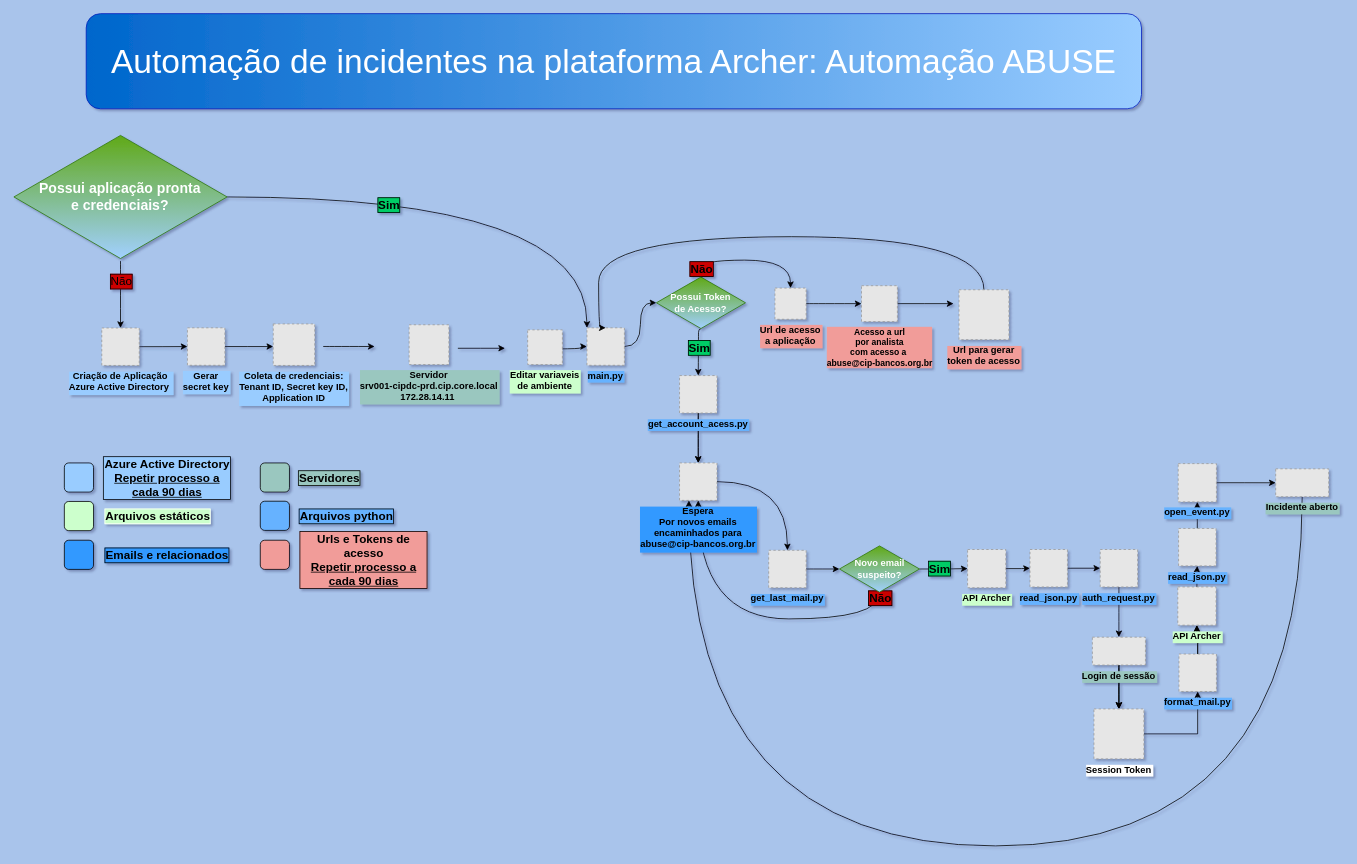
Before: Untitled Diagram.drawio in Antonio-Costa00/Auto-Indicents-Creation-From-Fishing-Atacks, a draw.io diagram. Source tidied: cells renumbered, new cells numbered last; positions are measured from the earlier drawing's top-left corner, leaving out a move shared by most shapes. Both pictures are drawn from the tidied source at 78%, with x=0, y=0 at pixel (13, 13). Pictures stored in the file or linked from it are replaced by grey dashed boxes.
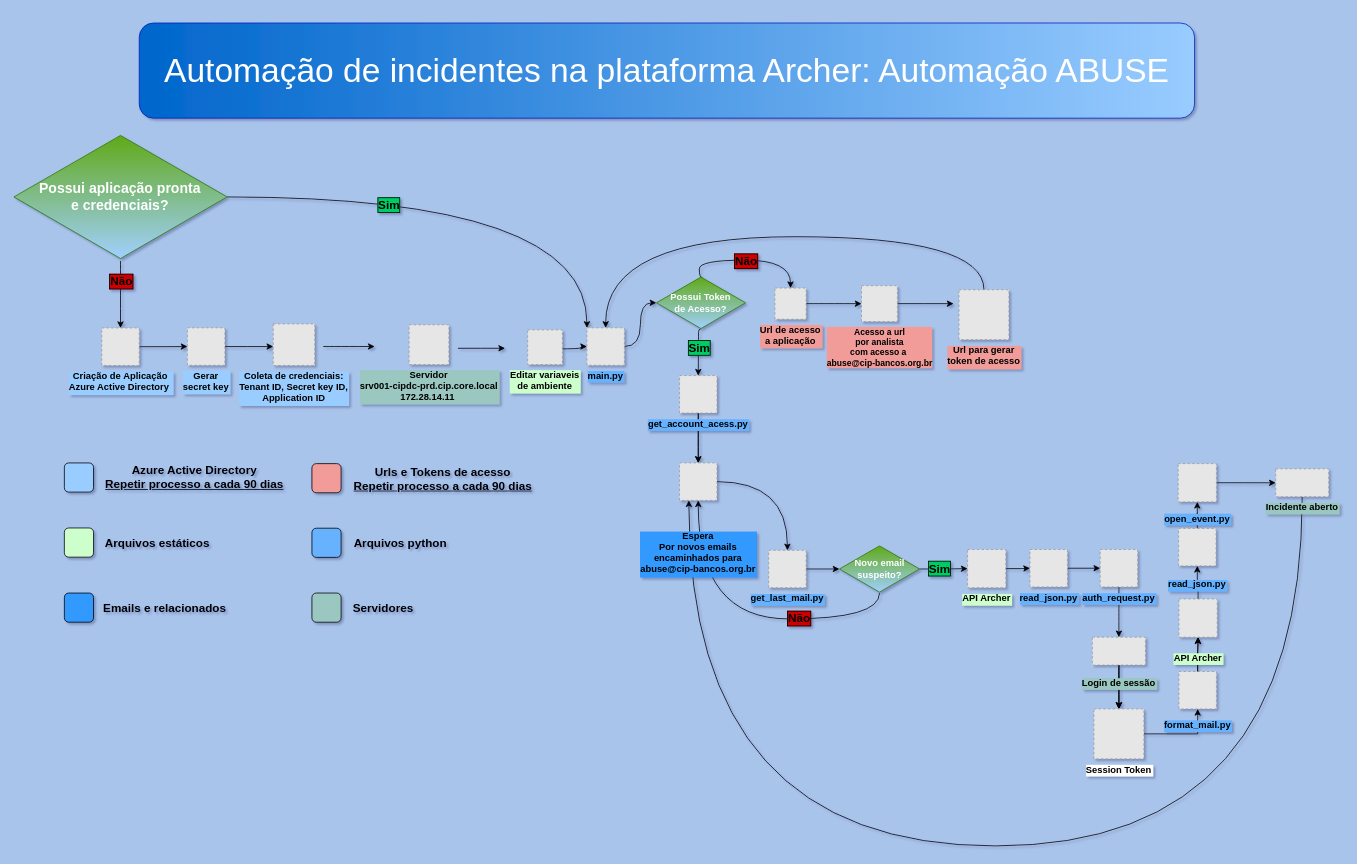
The same diagram, later.

Unchanged cells that the change refers to:
```xml
<mxCell id="5" style="edgeStyle=orthogonalEdgeStyle;rounded=1;jettySize=auto;html=1;fontSize=8;entryX=0.5;entryY=1;entryDx=0;entryDy=0;curved=1;" parent="1" edge="1" source="35" target="31">
  <mxGeometry relative="1" as="geometry">
    <Array as="points">
      <mxPoint x="1110" y="776" />
      <mxPoint x="878" y="776" />
    </Array>
  </mxGeometry>
</mxCell>
<mxCell id="8" value="Criação de Aplicação&#10;Azure Active Directory " style="fillColor=#E6E6E6;strokeColor=#999999;dashed=1;verticalLabelPosition=bottom;labelBackgroundColor=#99CCFF;verticalAlign=top;fontStyle=1;fontColor=#000000;" parent="1" vertex="1">
  <mxGeometry x="113" y="403" width="48" height="48" as="geometry" />
</mxCell>
<mxCell id="13" value="main.py" style="fillColor=#E6E6E6;strokeColor=#999999;dashed=1;verticalLabelPosition=bottom;labelBackgroundColor=#66B2FF;verticalAlign=top;fontStyle=1;fontColor=#000000;" parent="1" vertex="1">
  <mxGeometry x="735" y="402.8" width="48" height="48" as="geometry" />
</mxCell>
<mxCell id="25" style="edgeStyle=orthogonalEdgeStyle;rounded=1;jettySize=auto;html=1;fontSize=8;exitX=0.516;exitY=0.032;exitDx=0;exitDy=0;exitPerimeter=0;curved=1;fontStyle=1;" parent="1" edge="1" source="27" target="20">
  <mxGeometry x="-0.07" y="-1" relative="1" as="geometry">
    <Array as="points">
      <mxPoint x="879" y="316" />
      <mxPoint x="996" y="316" />
    </Array>
  </mxGeometry>
</mxCell>
<mxCell id="51" value="Url para gerar&#10;token de acesso" style="fillColor=#E6E6E6;strokeColor=#999999;dashed=1;verticalLabelPosition=bottom;labelBackgroundColor=#F19C99;verticalAlign=top;fontStyle=1;fontColor=#000000;" parent="1" vertex="1">
  <mxGeometry x="1212" y="354" width="64" height="64" as="geometry" />
</mxCell>
<mxCell id="57" value="&lt;b style=&quot;font-size: 18px;&quot;&gt;&lt;span style=&quot;&quot;&gt;Possui aplicação pronta&lt;br&gt;&lt;/span&gt;e credenciais?&lt;/b&gt;" style="html=1;whiteSpace=wrap;shape=isoRectangle;fontSize=11;rounded=1;fillColor=#60a917;fontColor=#ffffff;strokeColor=#2D7600;gradientColor=#A1D0FF;" parent="1" vertex="1">
  <mxGeometry x="0.3" y="153" width="273.4" height="164" as="geometry" />
</mxCell>
```

The edit, as a diff of the source:
```diff
@@
     <mxCell id="6" value="&lt;b&gt;Não&lt;/b&gt;" style="edgeLabel;html=1;align=center;verticalAlign=middle;fontSize=15;labelBorderColor=default;labelBackgroundColor=#CC0000;" parent="5" vertex="1">
       <mxGeometry x="-0.89" y="1" relative="1" as="geometry">
-        <mxPoint x="-1" y="-17" as="offset" />
+        <mxPoint x="-105" y="9" as="offset" />
       </mxGeometry>
     </mxCell>
@@
     <mxCell id="23" style="edgeStyle=orthogonalEdgeStyle;rounded=1;jettySize=auto;html=1;fontSize=11;entryX=0.5;entryY=0;entryDx=0;entryDy=0;exitX=0.5;exitY=0;exitDx=0;exitDy=0;curved=1;" parent="1" edge="1" source="51" target="13">
       <mxGeometry relative="1" as="geometry">
         <Array as="points">
           <mxPoint x="1244" y="286" />
-          <mxPoint x="750" y="286" />
+          <mxPoint x="759" y="286" />
         </Array>
       </mxGeometry>
     </mxCell>
@@
     <mxCell id="26" value="Não" style="edgeLabel;html=1;align=center;verticalAlign=middle;fontSize=15;labelBorderColor=default;labelBackgroundColor=#CC0000;fontStyle=1;" parent="25" vertex="1">
       <mxGeometry x="-0.87" y="1" relative="1" as="geometry">
-        <mxPoint x="3" y="-4" as="offset" />
+        <mxPoint x="60" y="-14" as="offset" />
       </mxGeometry>
     </mxCell>
@@
-    <mxCell id="31" value="Espera&#10;Por novos emails&#10;encaminhados para&#10;abuse@cip-bancos.org.br" style="fillColor=#E6E6E6;strokeColor=#999999;dashed=1;verticalLabelPosition=bottom;labelBackgroundColor=#3399FF;verticalAlign=top;fontStyle=1;fontColor=#000000;" parent="1" vertex="1">
+    <mxCell id="31" value="Espera&#10;Por novos emails&#10;encaminhados para&#10;abuse@cip-bancos.org.br" style="fillColor=#E6E6E6;strokeColor=#999999;dashed=1;verticalLabelPosition=bottom;labelBackgroundColor=#3399FF;verticalAlign=top;fontStyle=1;fontColor=#000000;spacingTop=33;spacing=1;" parent="1" vertex="1">
       <mxGeometry x="853.7" y="576" width="48" height="48" as="geometry" />
     </mxCell>
@@
-    <mxCell id="39" value="open_event.py" style="fillColor=#E6E6E6;strokeColor=#999999;dashed=1;verticalLabelPosition=bottom;labelBackgroundColor=#66B2FF;verticalAlign=top;fontStyle=1;fontColor=#000000;" parent="1" vertex="1">
+    <mxCell id="39" value="open_event.py" style="fillColor=#E6E6E6;strokeColor=#999999;dashed=1;verticalLabelPosition=bottom;labelBackgroundColor=#66B2FF;verticalAlign=top;fontStyle=1;fontColor=#000000;spacingTop=8;" parent="1" vertex="1">
       <mxGeometry x="1493" y="576.9" width="49" height="49" as="geometry" />
     </mxCell>
@@
-    <mxCell id="44" value="Login de sessão" style="fillColor=#E6E6E6;strokeColor=#999999;dashed=1;verticalLabelPosition=bottom;labelBackgroundColor=#9AC7BF;verticalAlign=top;fontStyle=1;fontColor=#000000;" parent="1" vertex="1">
+    <mxCell id="44" value="Login de sessão" style="fillColor=#E6E6E6;strokeColor=#999999;dashed=1;verticalLabelPosition=bottom;labelBackgroundColor=#9AC7BF;verticalAlign=top;fontStyle=1;fontColor=#000000;spacingTop=9;" parent="1" vertex="1">
       <mxGeometry x="1383" y="799.4" width="68" height="35.7" as="geometry" />
     </mxCell>
@@
     <mxCell id="52" value="Automação de incidentes na plataforma Archer: Automação ABUSE" style="rounded=1;whiteSpace=wrap;html=1;fontSize=43;fillColor=#99CCFF;strokeColor=#001DBC;fontColor=#ffffff;gradientColor=#0066CC;gradientDirection=west;" parent="1" vertex="1">
-      <mxGeometry x="93" width="1353" height="122" as="geometry" />
+      <mxGeometry x="161" y="12" width="1353" height="122" as="geometry" />
     </mxCell>
@@
-    <mxCell id="55" style="edgeStyle=orthogonalEdgeStyle;curved=1;rounded=1;jettySize=auto;html=1;fontSize=15;" parent="1" edge="1" source="57" target="8">
+    <mxCell id="55" style="edgeStyle=orthogonalEdgeStyle;curved=1;rounded=1;jettySize=auto;html=1;fontSize=15;fontStyle=1;" parent="1" edge="1" source="57" target="8">
       <mxGeometry relative="1" as="geometry" />
     </mxCell>
-    <mxCell id="56" value="Não" style="edgeLabel;html=1;align=center;verticalAlign=middle;fontSize=15;labelBorderColor=default;labelBackgroundColor=#CC0000;" parent="55" vertex="1">
+    <mxCell id="56" value="&lt;b&gt;Não&lt;/b&gt;" style="edgeLabel;html=1;align=center;verticalAlign=middle;fontSize=15;labelBorderColor=default;labelBackgroundColor=#CC0000;" parent="55" vertex="1">
       <mxGeometry x="0.64" y="1" relative="1" as="geometry">
         <mxPoint x="-1" y="-46" as="offset" />
       </mxGeometry>
     </mxCell>
@@
-    <mxCell id="59" value="&lt;span&gt;&lt;font color=&quot;#000000&quot;&gt;Azure Active Directory&lt;br&gt;&lt;u&gt;Repetir processo a cada 90 dias&lt;/u&gt;&lt;/font&gt;&lt;br&gt;&lt;/span&gt;" style="text;html=1;align=center;verticalAlign=middle;whiteSpace=wrap;rounded=1;labelBackgroundColor=#99CCFF;labelBorderColor=default;fontSize=15;shadow=1;glass=1;sketch=0;fontStyle=1;fillColor=none;" parent="1" vertex="1">
-      <mxGeometry x="114.4" y="576" width="165.6" height="37.1" as="geometry" />
+    <mxCell id="59" value="&lt;span&gt;&lt;font color=&quot;#000000&quot;&gt;Azure Active Directory&lt;br&gt;&lt;u&gt;Repetir processo a cada 90 dias&lt;/u&gt;&lt;/font&gt;&lt;br&gt;&lt;/span&gt;" style="text;html=1;align=center;verticalAlign=middle;whiteSpace=wrap;rounded=1;labelBackgroundColor=none;labelBorderColor=none;fontSize=15;shadow=1;glass=1;sketch=0;fontStyle=1;" parent="1" vertex="1">
+      <mxGeometry x="115" y="575.4" width="234" height="37.1" as="geometry" />
     </mxCell>
-    <mxCell id="60" style="whiteSpace=wrap;html=1;rounded=1;labelBackgroundColor=#E6E6E6;labelBorderColor=default;fontSize=15;fontColor=#007FFF;fillColor=#CCFFCC;gradientColor=none;gradientDirection=west;" parent="1" vertex="1">
-      <mxGeometry x="65" y="625.4" width="37.4" height="37.4" as="geometry" />
+    <mxCell id="60" style="whiteSpace=wrap;html=1;rounded=1;labelBackgroundColor=#E6E6E6;labelBorderColor=#000000;fontSize=15;fontColor=#007FFF;fillColor=#CCFFCC;gradientColor=none;gradientDirection=west;" parent="1" vertex="1">
+      <mxGeometry x="65" y="659.4" width="37.4" height="37.4" as="geometry" />
     </mxCell>
-    <mxCell id="61" value="&lt;span&gt;Arquivos estáticos&lt;/span&gt;" style="text;html=1;strokeColor=none;fillColor=none;align=center;verticalAlign=middle;whiteSpace=wrap;rounded=1;labelBackgroundColor=#CCFFCC;labelBorderColor=#FFFFFF;fontSize=15;fontColor=#000000;shadow=1;glass=1;sketch=0;fontStyle=1;" parent="1" vertex="1">
-      <mxGeometry x="102.4" y="625.4" width="165.6" height="37.1" as="geometry" />
+    <mxCell id="61" value="&lt;span&gt;Arquivos estáticos&lt;/span&gt;" style="text;html=1;align=center;verticalAlign=middle;whiteSpace=wrap;rounded=1;labelBackgroundColor=none;labelBorderColor=none;fontSize=15;shadow=1;glass=1;sketch=0;fontStyle=1;fontColor=#000000;" parent="1" vertex="1">
+      <mxGeometry x="115" y="659.7" width="138.7" height="37.1" as="geometry" />
     </mxCell>
     <mxCell id="62" style="whiteSpace=wrap;html=1;rounded=1;labelBackgroundColor=#E6E6E6;labelBorderColor=default;fontSize=15;fontColor=#007FFF;fillColor=#3399FF;gradientColor=none;gradientDirection=west;" parent="1" vertex="1">
-      <mxGeometry x="65" y="675.1" width="37.4" height="37.4" as="geometry" />
+      <mxGeometry x="65" y="742.8" width="37.4" height="37.4" as="geometry" />
     </mxCell>
-    <mxCell id="63" value="&lt;font color=&quot;#000000&quot;&gt;Emails e relacionados&lt;/font&gt;" style="text;html=1;strokeColor=none;fillColor=none;align=center;verticalAlign=middle;whiteSpace=wrap;rounded=1;labelBackgroundColor=#3399FF;labelBorderColor=default;fontSize=15;fontColor=#FFFFFF;shadow=1;glass=1;sketch=0;fontStyle=1;" parent="1" vertex="1">
-      <mxGeometry x="114.4" y="675.1" width="165.6" height="37.1" as="geometry" />
+    <mxCell id="63" value="&lt;font color=&quot;#000000&quot;&gt;Emails e relacionados&lt;/font&gt;" style="text;html=1;align=center;verticalAlign=middle;whiteSpace=wrap;rounded=1;labelBackgroundColor=none;labelBorderColor=none;fontSize=15;shadow=1;glass=1;sketch=0;fontStyle=1;" parent="1" vertex="1">
+      <mxGeometry x="113" y="742.8" width="162" height="37.1" as="geometry" />
     </mxCell>
-    <mxCell id="64" style="whiteSpace=wrap;html=1;rounded=1;labelBackgroundColor=#9AC7BF;labelBorderColor=default;fontSize=15;fontColor=#007FFF;fillColor=#9AC7BF;gradientColor=none;gradientDirection=west;" parent="1" vertex="1">
-      <mxGeometry x="316.2" y="576" width="37.4" height="37.4" as="geometry" />
+    <mxCell id="64" style="whiteSpace=wrap;html=1;rounded=1;labelBackgroundColor=#9AC7BF;labelBorderColor=#000000;fontSize=15;fontColor=#007FFF;fillColor=#9AC7BF;gradientColor=none;gradientDirection=west;" parent="1" vertex="1">
+      <mxGeometry x="382.4" y="742.8" width="37.4" height="37.4" as="geometry" />
     </mxCell>
-    <mxCell id="65" value="&lt;span&gt;Servidores&lt;br&gt;&lt;/span&gt;" style="text;html=1;strokeColor=none;fillColor=none;align=center;verticalAlign=middle;whiteSpace=wrap;rounded=1;labelBackgroundColor=#9AC7BF;labelBorderColor=default;fontSize=15;fontColor=#000000;shadow=1;glass=1;sketch=0;fontStyle=1;" parent="1" vertex="1">
-      <mxGeometry x="321.9" y="576" width="165.6" height="37.1" as="geometry" />
+    <mxCell id="65" value="&lt;span&gt;Servidores&lt;br&gt;&lt;/span&gt;" style="text;html=1;align=center;verticalAlign=middle;whiteSpace=wrap;rounded=1;labelBackgroundColor=none;labelBorderColor=none;fontSize=15;shadow=1;glass=1;sketch=0;fontStyle=1;fontColor=#000000;" parent="1" vertex="1">
+      <mxGeometry x="434.2" y="742.8" width="80" height="37.1" as="geometry" />
     </mxCell>
     <mxCell id="66" style="whiteSpace=wrap;html=1;rounded=1;labelBackgroundColor=#E6E6E6;labelBorderColor=default;fontSize=15;fontColor=#007FFF;fillColor=#66B2FF;gradientColor=none;gradientDirection=west;" parent="1" vertex="1">
-      <mxGeometry x="316.2" y="625.1" width="37.4" height="37.4" as="geometry" />
+      <mxGeometry x="382.4" y="659.7" width="37.4" height="37.4" as="geometry" />
     </mxCell>
-    <mxCell id="67" value="&lt;span&gt;Arquivos python&lt;/span&gt;" style="text;html=1;strokeColor=none;fillColor=none;align=center;verticalAlign=middle;whiteSpace=wrap;rounded=1;labelBackgroundColor=#66B2FF;labelBorderColor=#000000;fontSize=15;fontColor=#000000;shadow=1;glass=1;sketch=0;fontStyle=1;" parent="1" vertex="1">
-      <mxGeometry x="344.4" y="625.4" width="165.6" height="37.1" as="geometry" />
+    <mxCell id="67" value="&lt;span&gt;Arquivos python&lt;/span&gt;" style="text;html=1;align=center;verticalAlign=middle;whiteSpace=wrap;rounded=1;labelBackgroundColor=none;labelBorderColor=none;fontSize=15;shadow=1;glass=1;sketch=0;fontStyle=1;fontColor=#000000;" parent="1" vertex="1">
+      <mxGeometry x="434.2" y="669.6" width="124.4" height="17" as="geometry" />
     </mxCell>
     <mxCell id="68" style="whiteSpace=wrap;html=1;rounded=1;labelBackgroundColor=#E6E6E6;labelBorderColor=#000000;fontSize=15;fontColor=#007FFF;fillColor=#F19C99;gradientColor=none;gradientDirection=west;strokeColor=#000000;" parent="1" vertex="1">
-      <mxGeometry x="316.2" y="675.1" width="37.4" height="37.4" as="geometry" />
+      <mxGeometry x="382.4" y="576.9" width="37.4" height="37.4" as="geometry" />
     </mxCell>
-    <mxCell id="69" value="&lt;span&gt;Urls e Tokens de acesso&lt;br&gt;&lt;u style=&quot;&quot;&gt;Repetir processo a cada 90 dias&lt;/u&gt;&lt;br&gt;&lt;/span&gt;" style="text;html=1;strokeColor=none;fillColor=none;align=center;verticalAlign=middle;whiteSpace=wrap;rounded=1;labelBackgroundColor=#F19C99;labelBorderColor=#000000;fontSize=15;fontColor=#000000;shadow=1;glass=1;sketch=0;fontStyle=1;" parent="1" vertex="1">
-      <mxGeometry x="365.5" y="681.2" width="165.6" height="37.1" as="geometry" />
+    <mxCell id="69" value="&lt;span&gt;Urls e Tokens de acesso&lt;br&gt;&lt;u style=&quot;&quot;&gt;Repetir processo a cada 90 dias&lt;/u&gt;&lt;br&gt;&lt;/span&gt;" style="text;html=1;align=center;verticalAlign=middle;whiteSpace=wrap;rounded=1;labelBackgroundColor=none;labelBorderColor=none;fontSize=15;shadow=1;glass=1;sketch=0;fontStyle=1;fontColor=#000000;" parent="1" vertex="1">
+      <mxGeometry x="434.2" y="577.2" width="233" height="37.1" as="geometry" />
     </mxCell>
@@
-    <mxCell id="76" value="format_mail.py" style="fillColor=#E6E6E6;strokeColor=#999999;dashed=1;verticalLabelPosition=bottom;labelBackgroundColor=#66B2FF;verticalAlign=top;fontStyle=1;fontColor=#000000;" parent="1" vertex="1">
-      <mxGeometry x="1494" y="821" width="48" height="48" as="geometry" />
+    <mxCell id="76" value="format_mail.py" style="fillColor=#E6E6E6;strokeColor=#999999;dashed=1;verticalLabelPosition=bottom;labelBackgroundColor=#66B2FF;verticalAlign=top;fontStyle=1;fontColor=#000000;spacingTop=7;" parent="1" vertex="1">
+      <mxGeometry x="1494" y="843.4" width="48" height="48" as="geometry" />
     </mxCell>
@@
-    <mxCell id="78" value="read_json.py" style="fillColor=#E6E6E6;strokeColor=#999999;dashed=1;verticalLabelPosition=bottom;labelBackgroundColor=#66B2FF;verticalAlign=top;fontStyle=1;fontColor=#000000;" parent="1" vertex="1">
+    <mxCell id="78" value="read_json.py" style="fillColor=#E6E6E6;strokeColor=#999999;dashed=1;verticalLabelPosition=bottom;labelBackgroundColor=#66B2FF;verticalAlign=top;fontStyle=1;fontColor=#000000;spacingTop=10;" parent="1" vertex="1">
       <mxGeometry x="1493.5" y="660" width="48" height="48" as="geometry" />
     </mxCell>
-    <mxCell id="79" value="API Archer" style="fillColor=#E6E6E6;strokeColor=#999999;dashed=1;verticalLabelPosition=bottom;labelBackgroundColor=#CCFFCC;verticalAlign=top;fontStyle=1;fontColor=#000000;" parent="1" vertex="1">
-      <mxGeometry x="1492.5" y="735" width="49" height="49" as="geometry" />
+    <mxCell id="79" value="API Archer" style="fillColor=#E6E6E6;strokeColor=#999999;dashed=1;verticalLabelPosition=bottom;labelBackgroundColor=#CCFFCC;verticalAlign=top;fontStyle=1;fontColor=#000000;spacingTop=13;" parent="1" vertex="1">
+      <mxGeometry x="1494" y="750.4" width="49" height="49" as="geometry" />
     </mxCell>
```
